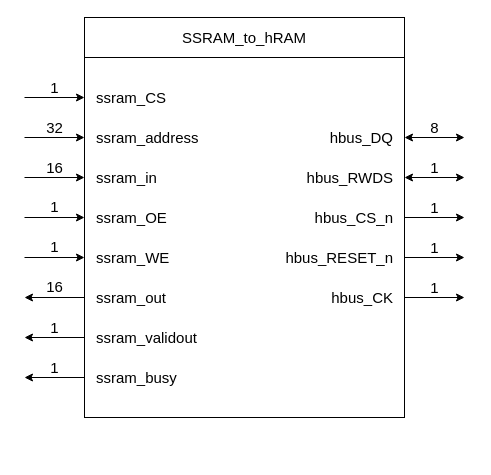
Before: page "SSRAM_to_hRAM" (1 of 3) of rtl/SSRAM_to_hRAM.drawio in AndreaBononi/IP_cores, a draw.io diagram. Source tidied: cells renumbered, new cells numbered last; positions are measured from the earlier drawing's top-left corner, leaving out a move shared by most shapes. Both pictures are drawn from the tidied source at 100%, with x=0, y=0 at pixel (24, 17).
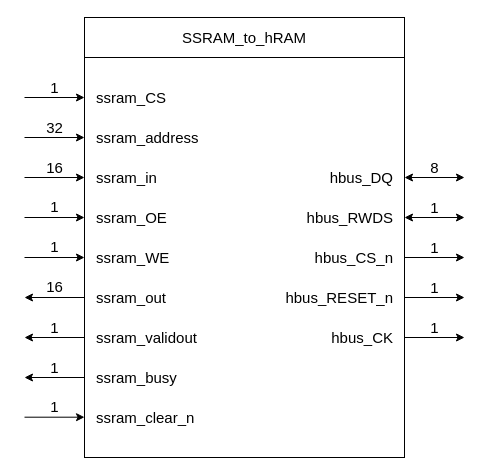
The same diagram, later.

Change to the diagram source:
```diff
@@
     <mxCell id="2" style="rounded=0;whiteSpace=wrap;html=1;" parent="1" vertex="1">
-      <mxGeometry x="60" y="40" width="320" height="360" as="geometry" />
+      <mxGeometry x="60" y="40" width="320" height="400" as="geometry" />
     </mxCell>
     <mxCell id="3" value="hbus_DQ" style="text;html=1;align=right;verticalAlign=middle;strokeColor=none;fillColor=none;fontSize=15;" parent="1" vertex="1">
-      <mxGeometry x="280" y="105" width="90" height="30" as="geometry" />
+      <mxGeometry x="280" y="145" width="90" height="30" as="geometry" />
     </mxCell>
     <mxCell id="4" value="hbus_CS_n" style="text;html=1;align=right;verticalAlign=middle;strokeColor=none;fillColor=none;fontSize=15;" parent="1" vertex="1">
-      <mxGeometry x="270" y="185" width="100" height="30" as="geometry" />
+      <mxGeometry x="270" y="225" width="100" height="30" as="geometry" />
     </mxCell>
     <mxCell id="5" value="hbus_CK" style="text;html=1;align=right;verticalAlign=middle;strokeColor=none;fillColor=none;fontSize=15;" parent="1" vertex="1">
-      <mxGeometry x="280" y="265" width="90" height="30" as="geometry" />
+      <mxGeometry x="280" y="305" width="90" height="30" as="geometry" />
     </mxCell>
     <mxCell id="6" value="&lt;div&gt;hbus_RESET_n&lt;/div&gt;" style="text;html=1;align=right;verticalAlign=middle;strokeColor=none;fillColor=none;fontSize=15;" parent="1" vertex="1">
-      <mxGeometry x="240" y="225" width="130" height="30" as="geometry" />
+      <mxGeometry x="240" y="265" width="130" height="30" as="geometry" />
     </mxCell>
     <mxCell id="7" value="&lt;div&gt;hbus_RWDS&lt;/div&gt;" style="text;html=1;align=right;verticalAlign=middle;strokeColor=none;fillColor=none;fontSize=15;" parent="1" vertex="1">
-      <mxGeometry x="260" y="145" width="110" height="30" as="geometry" />
+      <mxGeometry x="260" y="185" width="110" height="30" as="geometry" />
     </mxCell>
@@
     <mxCell id="9" style="endArrow=classic;html=1;rounded=0;fontSize=15;" parent="1" edge="1">
       <mxGeometry relative="1" as="geometry">
-        <mxPoint x="380" y="280" as="sourcePoint" />
-        <mxPoint x="440" y="280" as="targetPoint" />
+        <mxPoint x="380" y="320" as="sourcePoint" />
+        <mxPoint x="440" y="320" as="targetPoint" />
       </mxGeometry>
     </mxCell>
     <mxCell id="10" value="1" style="text;html=1;align=center;verticalAlign=middle;strokeColor=none;fillColor=none;fontSize=15;" parent="1" vertex="1">
-      <mxGeometry x="400" y="260" width="20" height="20" as="geometry" />
+      <mxGeometry x="400" y="300" width="20" height="20" as="geometry" />
     </mxCell>
     <mxCell id="11" style="endArrow=classic;html=1;rounded=0;fontSize=15;" parent="1" edge="1">
       <mxGeometry relative="1" as="geometry">
-        <mxPoint x="380" y="240" as="sourcePoint" />
-        <mxPoint x="440" y="240" as="targetPoint" />
+        <mxPoint x="380" y="280" as="sourcePoint" />
+        <mxPoint x="440" y="280" as="targetPoint" />
       </mxGeometry>
     </mxCell>
     <mxCell id="12" value="1" style="text;html=1;align=center;verticalAlign=middle;strokeColor=none;fillColor=none;fontSize=15;" parent="1" vertex="1">
-      <mxGeometry x="400" y="220" width="20" height="20" as="geometry" />
+      <mxGeometry x="400" y="260" width="20" height="20" as="geometry" />
     </mxCell>
     <mxCell id="13" style="endArrow=classic;html=1;rounded=0;fontSize=15;" parent="1" edge="1">
       <mxGeometry relative="1" as="geometry">
-        <mxPoint x="380" y="200" as="sourcePoint" />
-        <mxPoint x="440" y="200" as="targetPoint" />
+        <mxPoint x="380" y="240" as="sourcePoint" />
+        <mxPoint x="440" y="240" as="targetPoint" />
       </mxGeometry>
     </mxCell>
     <mxCell id="14" value="1" style="text;html=1;align=center;verticalAlign=middle;strokeColor=none;fillColor=none;fontSize=15;" parent="1" vertex="1">
-      <mxGeometry x="400" y="180" width="20" height="20" as="geometry" />
+      <mxGeometry x="400" y="220" width="20" height="20" as="geometry" />
     </mxCell>
     <mxCell id="15" style="endArrow=classic;html=1;rounded=0;fontSize=15;startArrow=classic;startFill=1;" parent="1" edge="1">
       <mxGeometry relative="1" as="geometry">
-        <mxPoint x="380" y="160" as="sourcePoint" />
-        <mxPoint x="440" y="160" as="targetPoint" />
+        <mxPoint x="380" y="200" as="sourcePoint" />
+        <mxPoint x="440" y="200" as="targetPoint" />
       </mxGeometry>
     </mxCell>
     <mxCell id="16" value="1" style="text;html=1;align=center;verticalAlign=middle;strokeColor=none;fillColor=none;fontSize=15;" parent="1" vertex="1">
-      <mxGeometry x="400" y="140" width="20" height="20" as="geometry" />
+      <mxGeometry x="400" y="180" width="20" height="20" as="geometry" />
     </mxCell>
     <mxCell id="17" style="endArrow=classic;html=1;rounded=0;fontSize=15;startArrow=classic;startFill=1;" parent="1" edge="1">
       <mxGeometry relative="1" as="geometry">
-        <mxPoint x="380" y="120" as="sourcePoint" />
-        <mxPoint x="440" y="120" as="targetPoint" />
+        <mxPoint x="380" y="160" as="sourcePoint" />
+        <mxPoint x="440" y="160" as="targetPoint" />
       </mxGeometry>
     </mxCell>
     <mxCell id="18" value="8" style="text;html=1;align=center;verticalAlign=middle;strokeColor=none;fillColor=none;fontSize=15;" parent="1" vertex="1">
-      <mxGeometry x="400" y="100" width="20" height="20" as="geometry" />
+      <mxGeometry x="400" y="140" width="20" height="20" as="geometry" />
     </mxCell>
@@
+    <mxCell id="43" style="endArrow=classic;html=1;rounded=0;fontSize=15;" parent="1" edge="1">
+      <mxGeometry relative="1" as="geometry">
+        <mxPoint y="399.7" as="sourcePoint" />
+        <mxPoint x="60" y="399.7" as="targetPoint" />
+      </mxGeometry>
+    </mxCell>
+    <mxCell id="44" value="1" style="text;html=1;align=center;verticalAlign=middle;strokeColor=none;fillColor=none;fontSize=15;" parent="1" vertex="1">
+      <mxGeometry x="20" y="379" width="20" height="20" as="geometry" />
+    </mxCell>
+    <mxCell id="45" value="&lt;font style=&quot;font-size: 15px;&quot;&gt;ssram_clear_n&lt;/font&gt;" style="text;html=1;align=left;verticalAlign=middle;strokeColor=none;fillColor=none;rotation=0;" parent="1" vertex="1">
+      <mxGeometry x="70" y="384.7" width="120" height="30" as="geometry" />
+    </mxCell>
```
